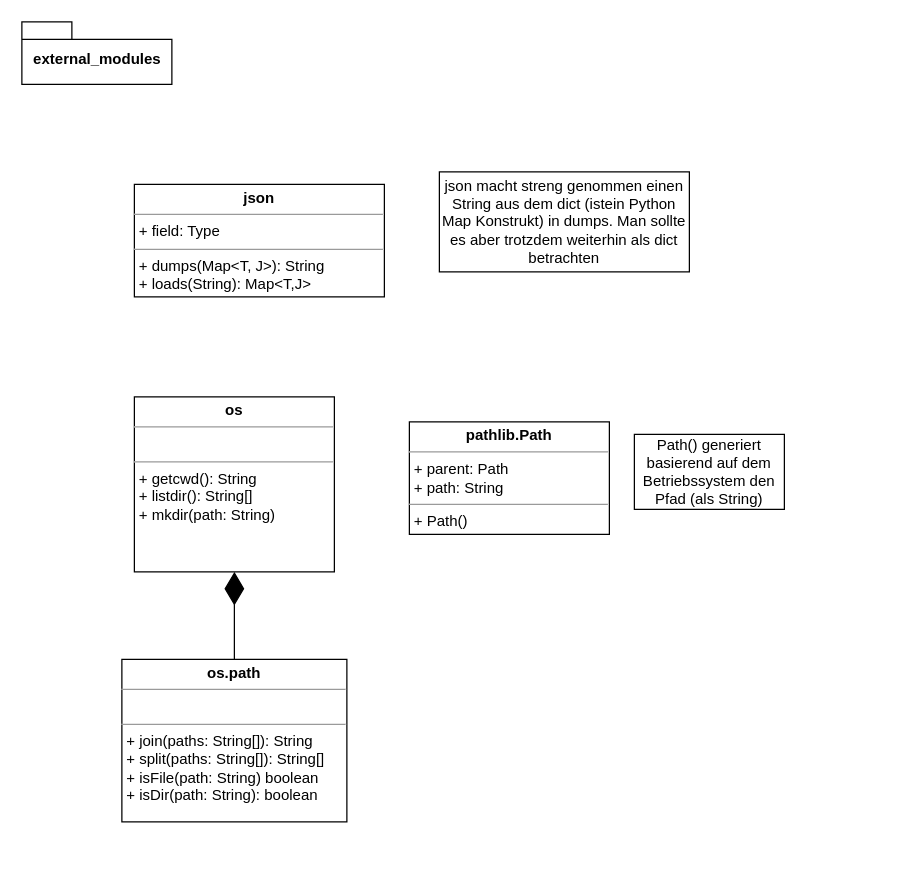
This is entwurf/external_modules.drawio from soerenray/MatFlow, a draw.io file, before an edit. Source tidied: cells renumbered, new cells numbered last; positions are measured from the earlier drawing's top-left corner, leaving out a move shared by most shapes. Both pictures are drawn from the tidied source at 125%, with x=0, y=0 at pixel (21, 21).
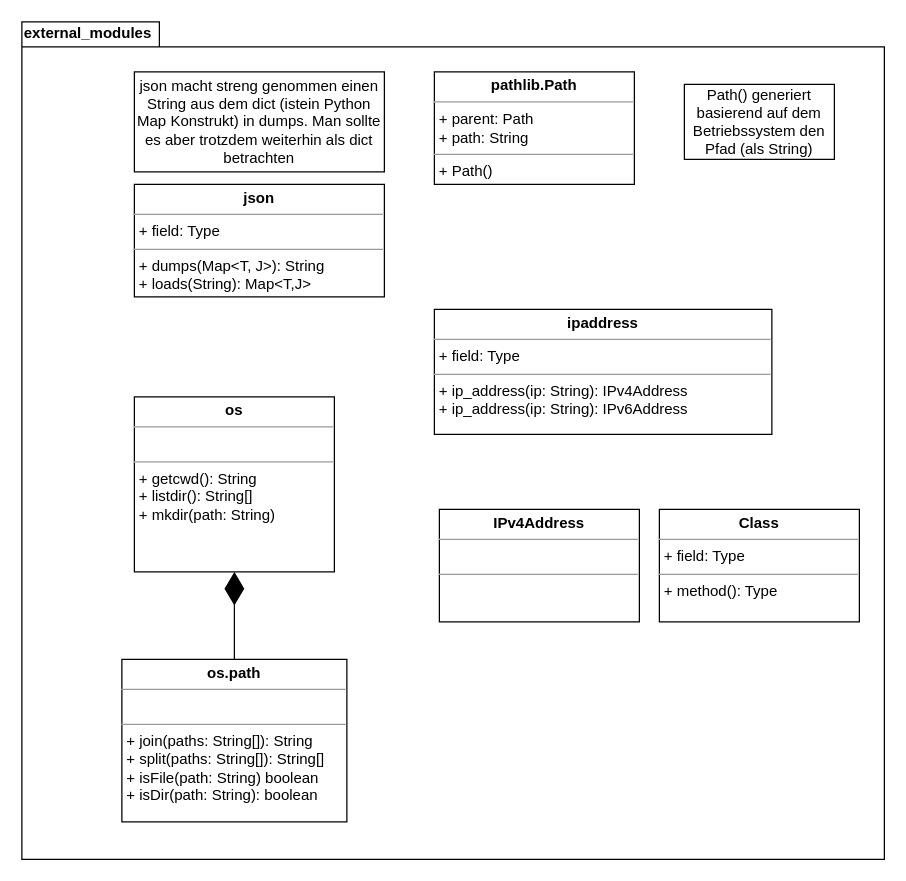
Above is the later version.

Commit message (it also covers changes not shown here):
Added JSON converter

Change to the diagram source:
```diff
@@
 <mxGraphModel>
   <root>
     <mxCell id="0" />
     <mxCell id="1" parent="0" />
+    <mxCell id="7" value="external_modules" style="shape=folder;fontStyle=1;spacingTop=-5;tabWidth=110;tabHeight=20;tabPosition=left;html=1;align=left;verticalAlign=top;" parent="1" vertex="1">
+      <mxGeometry width="690" height="670" as="geometry" />
+    </mxCell>
     <mxCell id="2" value="&lt;p style=&quot;margin: 0px ; margin-top: 4px ; text-align: center&quot;&gt;&lt;b&gt;pathlib.Path&lt;/b&gt;&lt;/p&gt;&lt;hr size=&quot;1&quot;&gt;&lt;p style=&quot;margin: 0px ; margin-left: 4px&quot;&gt;+ parent: Path&lt;/p&gt;&lt;p style=&quot;margin: 0px ; margin-left: 4px&quot;&gt;+ path: String&lt;/p&gt;&lt;hr size=&quot;1&quot;&gt;&lt;p style=&quot;margin: 0px ; margin-left: 4px&quot;&gt;+ Path()&lt;/p&gt;" style="verticalAlign=top;align=left;overflow=fill;fontSize=12;fontFamily=Helvetica;html=1;" parent="1" vertex="1">
-      <mxGeometry x="310" y="320" width="160" height="90" as="geometry" />
+      <mxGeometry x="330" y="40" width="160" height="90" as="geometry" />
     </mxCell>
     <mxCell id="3" value="Path() generiert basierend auf dem Betriebssystem den Pfad (als String)" style="rounded=0;whiteSpace=wrap;html=1;" parent="1" vertex="1">
-      <mxGeometry x="490" y="330" width="120" height="60" as="geometry" />
+      <mxGeometry x="530" y="50" width="120" height="60" as="geometry" />
     </mxCell>
     <mxCell id="4" value="&lt;p style=&quot;margin: 0px ; margin-top: 4px ; text-align: center&quot;&gt;&lt;b&gt;os&lt;/b&gt;&lt;/p&gt;&lt;hr size=&quot;1&quot;&gt;&lt;p style=&quot;margin: 0px ; margin-left: 4px&quot;&gt;&lt;br&gt;&lt;/p&gt;&lt;hr size=&quot;1&quot;&gt;&lt;p style=&quot;margin: 0px 0px 0px 4px&quot;&gt;+ getcwd(): String&lt;/p&gt;&lt;p style=&quot;margin: 0px 0px 0px 4px&quot;&gt;+ listdir(): String[]&lt;/p&gt;&lt;p style=&quot;margin: 0px 0px 0px 4px&quot;&gt;+ mkdir(path: String)&lt;br&gt;&lt;/p&gt;&lt;div&gt;&lt;br&gt;&lt;/div&gt;" style="verticalAlign=top;align=left;overflow=fill;fontSize=12;fontFamily=Helvetica;html=1;" parent="1" vertex="1">
       <mxGeometry x="90" y="300" width="160" height="140" as="geometry" />
     </mxCell>
     <mxCell id="5" value="&lt;p style=&quot;margin: 0px ; margin-top: 4px ; text-align: center&quot;&gt;&lt;b&gt;os.path&lt;/b&gt;&lt;/p&gt;&lt;hr size=&quot;1&quot;&gt;&lt;p style=&quot;margin: 0px ; margin-left: 4px&quot;&gt;&lt;br&gt;&lt;/p&gt;&lt;hr size=&quot;1&quot;&gt;&lt;p style=&quot;margin: 0px ; margin-left: 4px&quot;&gt;+ join(paths: String[]): String&lt;br&gt;&lt;/p&gt;&lt;p style=&quot;margin: 0px ; margin-left: 4px&quot;&gt;+ split(paths: String[]): String[]&lt;/p&gt;&lt;p style=&quot;margin: 0px ; margin-left: 4px&quot;&gt;+ isFile(path: String) boolean&lt;/p&gt;&lt;p style=&quot;margin: 0px ; margin-left: 4px&quot;&gt;+ isDir(path: String): boolean&lt;/p&gt;&lt;p style=&quot;margin: 0px ; margin-left: 4px&quot;&gt;&lt;br&gt;&lt;/p&gt;&lt;p style=&quot;margin: 0px ; margin-left: 4px&quot;&gt;&lt;br&gt;&lt;/p&gt;&lt;p style=&quot;margin: 0px ; margin-left: 4px&quot;&gt;&lt;br&gt;&lt;/p&gt;" style="verticalAlign=top;align=left;overflow=fill;fontSize=12;fontFamily=Helvetica;html=1;" parent="1" vertex="1">
       <mxGeometry x="80" y="510" width="180" height="130" as="geometry" />
     </mxCell>
     <mxCell id="6" style="endArrow=diamondThin;endFill=1;endSize=24;html=1;rounded=0;" parent="1" edge="1">
       <mxGeometry relative="1" as="geometry">
         <mxPoint x="170" y="510" as="sourcePoint" />
         <mxPoint x="170" y="440" as="targetPoint" />
       </mxGeometry>
     </mxCell>
-    <mxCell id="7" value="external_modules" style="shape=folder;fontStyle=1;spacingTop=10;tabWidth=40;tabHeight=14;tabPosition=left;html=1;" parent="1" vertex="1">
-      <mxGeometry width="120" height="50" as="geometry" />
-    </mxCell>
     <mxCell id="8" value="&lt;p style=&quot;margin: 0px ; margin-top: 4px ; text-align: center&quot;&gt;&lt;b&gt;json&lt;/b&gt;&lt;/p&gt;&lt;hr size=&quot;1&quot;&gt;&lt;p style=&quot;margin: 0px ; margin-left: 4px&quot;&gt;+ field: Type&lt;/p&gt;&lt;hr size=&quot;1&quot;&gt;&lt;p style=&quot;margin: 0px ; margin-left: 4px&quot;&gt;+ dumps(Map&amp;lt;T, J&amp;gt;): String&lt;/p&gt;&lt;p style=&quot;margin: 0px ; margin-left: 4px&quot;&gt;+ loads(String): Map&amp;lt;T,J&amp;gt;&lt;/p&gt;" style="verticalAlign=top;align=left;overflow=fill;fontSize=12;fontFamily=Helvetica;html=1;" parent="1" vertex="1">
       <mxGeometry x="90" y="130" width="200" height="90" as="geometry" />
     </mxCell>
     <mxCell id="9" value="json macht streng genommen einen String aus dem dict (istein Python Map Konstrukt) in dumps. Man sollte es aber trotzdem weiterhin als dict betrachten" style="rounded=0;whiteSpace=wrap;html=1;" parent="1" vertex="1">
-      <mxGeometry x="334" y="120" width="200" height="80" as="geometry" />
+      <mxGeometry x="90" y="40" width="200" height="80" as="geometry" />
     </mxCell>
+    <mxCell id="10" value="&lt;p style=&quot;margin: 0px ; margin-top: 4px ; text-align: center&quot;&gt;&lt;b&gt;ipaddress&lt;/b&gt;&lt;/p&gt;&lt;hr size=&quot;1&quot;&gt;&lt;p style=&quot;margin: 0px ; margin-left: 4px&quot;&gt;+ field: Type&lt;/p&gt;&lt;hr size=&quot;1&quot;&gt;&lt;p style=&quot;margin: 0px ; margin-left: 4px&quot;&gt;+ ip_address(ip: String): IPv4Address&lt;/p&gt;&lt;p style=&quot;margin: 0px ; margin-left: 4px&quot;&gt;+ ip_address(ip: String): IPv6Address&lt;/p&gt;" style="verticalAlign=top;align=left;overflow=fill;fontSize=12;fontFamily=Helvetica;html=1;" parent="1" vertex="1">
+      <mxGeometry x="330" y="230" width="270" height="100" as="geometry" />
+    </mxCell>
+    <mxCell id="11" value="&lt;p style=&quot;margin: 0px ; margin-top: 4px ; text-align: center&quot;&gt;&lt;b&gt;IPv4Address&lt;/b&gt;&lt;/p&gt;&lt;hr size=&quot;1&quot;&gt;&lt;p style=&quot;margin: 0px ; margin-left: 4px&quot;&gt;&lt;br&gt;&lt;/p&gt;&lt;hr size=&quot;1&quot;&gt;&lt;p style=&quot;margin: 0px ; margin-left: 4px&quot;&gt;&lt;br&gt;&lt;/p&gt;" style="verticalAlign=top;align=left;overflow=fill;fontSize=12;fontFamily=Helvetica;html=1;" parent="1" vertex="1">
+      <mxGeometry x="334" y="390" width="160" height="90" as="geometry" />
+    </mxCell>
+    <mxCell id="12" value="&lt;p style=&quot;margin:0px;margin-top:4px;text-align:center;&quot;&gt;&lt;b&gt;Class&lt;/b&gt;&lt;/p&gt;&lt;hr size=&quot;1&quot;/&gt;&lt;p style=&quot;margin:0px;margin-left:4px;&quot;&gt;+ field: Type&lt;/p&gt;&lt;hr size=&quot;1&quot;/&gt;&lt;p style=&quot;margin:0px;margin-left:4px;&quot;&gt;+ method(): Type&lt;/p&gt;" style="verticalAlign=top;align=left;overflow=fill;fontSize=12;fontFamily=Helvetica;html=1;" parent="1" vertex="1">
+      <mxGeometry x="510" y="390" width="160" height="90" as="geometry" />
+    </mxCell>
   </root>
 </mxGraphModel>
```
